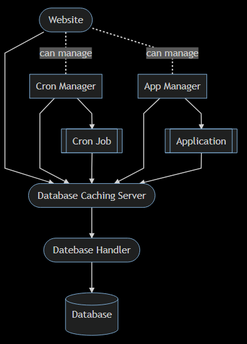
Before: diagrams/domain.png, a diagram exported from Mermaid (olivernybo/leviathan). Its source is kept beside it as diagrams/domain.mmd. The source it was exported from:
```mermaid
graph TD
	db[(Database)]
	dbh([Datebase Handler])
	dbcache([Database Caching Server])
	web([Website])
	cronmanager[Cron Manager]
	cronjob[[Cron Job]]
	appmanager[App Manager]
	app[[Application]]

	web-->dbcache
	web-.-|can manage|cronmanager
	web-.-|can manage|appmanager
	cronmanager-->dbcache
	cronmanager-->cronjob
	cronjob-->dbcache
	appmanager-->dbcache
	appmanager-->app
	app-->dbcache
	dbcache-->dbh
	dbh-->db
```
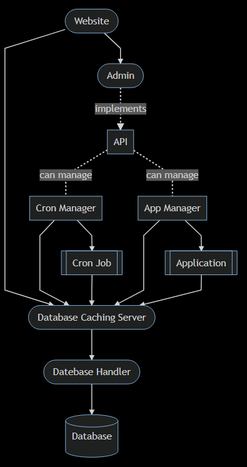
Above is the later version.

Commit message:
admin and api to domain

Diff of the diagram source:
```diff
@@ -3,14 +3,18 @@
 	dbh([Datebase Handler])
 	dbcache([Database Caching Server])
 	web([Website])
+	admin([Admin])
+	api[API]
 	cronmanager[Cron Manager]
 	cronjob[[Cron Job]]
 	appmanager[App Manager]
 	app[[Application]]
 
 	web-->dbcache
-	web-.-|can manage|cronmanager
-	web-.-|can manage|appmanager
+	web-->admin
+	admin-.->|implements|api
+	api-.-|can manage|cronmanager
+	api-.-|can manage|appmanager
 	cronmanager-->dbcache
 	cronmanager-->cronjob
 	cronjob-->dbcache
```
